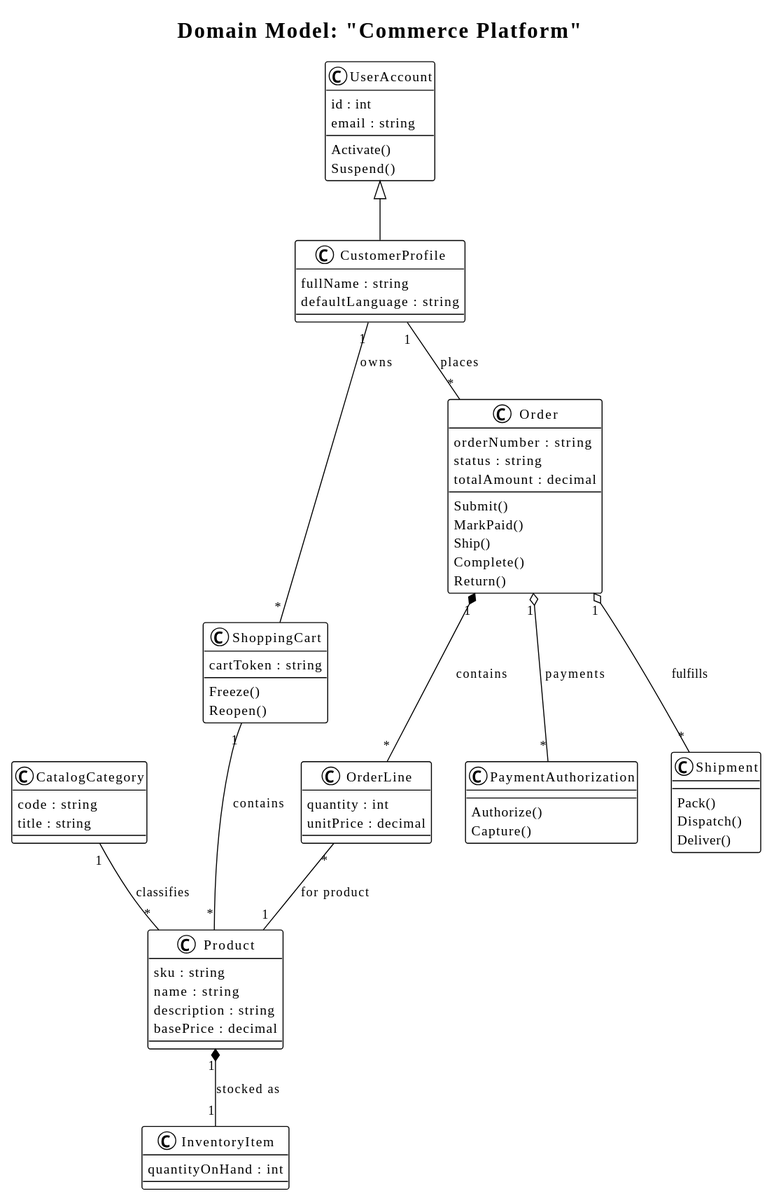
Above: examples/commerce-platform/generated/domain/CommercePlatform.domain.svg in fredoslav2004/modt-core (PlantUML), before the change. The source it was exported from:
```plantuml
@startuml
title Domain Model: "Commerce Platform"
!theme plain
skinparam classAttributeIconSize 0
class CatalogCategory {
  code : string
  title : string
}
class Product {
  sku : string
  name : string
  description : string
  basePrice : decimal
}
class InventoryItem {
  quantityOnHand : int
}
class UserAccount {
  id : int
  email : string
  Activate()
  Suspend()
}
class CustomerProfile {
  fullName : string
  defaultLanguage : string
}
UserAccount <|-- CustomerProfile
class ShoppingCart {
  cartToken : string
  Freeze()
  Reopen()
}
class Order {
  orderNumber : string
  status : string
  totalAmount : decimal
  Submit()
  MarkPaid()
  Ship()
  Complete()
  Return()
}
class OrderLine {
  quantity : int
  unitPrice : decimal
}
class PaymentAuthorization {
  Authorize()
  Capture()
}
class Shipment {
  Pack()
  Dispatch()
  Deliver()
}
CatalogCategory "1" -- "*" Product : classifies
Product "1" *-- "1" InventoryItem : stocked as
CustomerProfile "1" -- "*" ShoppingCart : owns
CustomerProfile "1" -- "*" Order : places
ShoppingCart "1" -- "*" Product : contains
Order "1" *-- "*" OrderLine : contains
OrderLine "*" -- "1" Product : for product
Order "1" o-- "*" PaymentAuthorization : payments
Order "1" o-- "*" Shipment : fulfills
@enduml
```
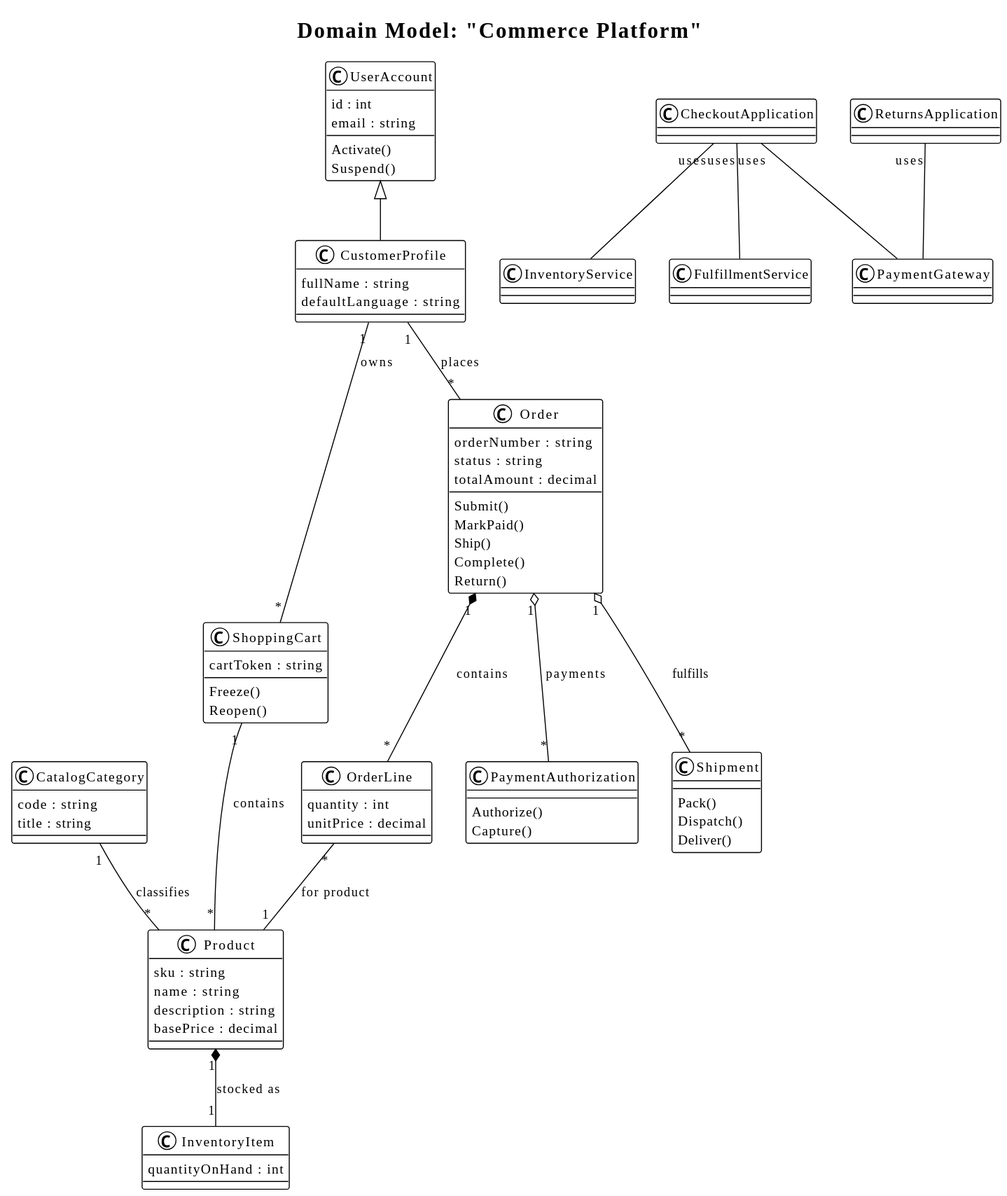
The same file after the commit.

What changed in the source:
```diff
@@ -63,4 +63,8 @@
 OrderLine "*" -- "1" Product : for product
 Order "1" o-- "*" PaymentAuthorization : payments
 Order "1" o-- "*" Shipment : fulfills
+CheckoutApplication "uses" -- PaymentGateway
+CheckoutApplication "uses" -- InventoryService
+CheckoutApplication "uses" -- FulfillmentService
+ReturnsApplication "uses" -- PaymentGateway
 @enduml
```
